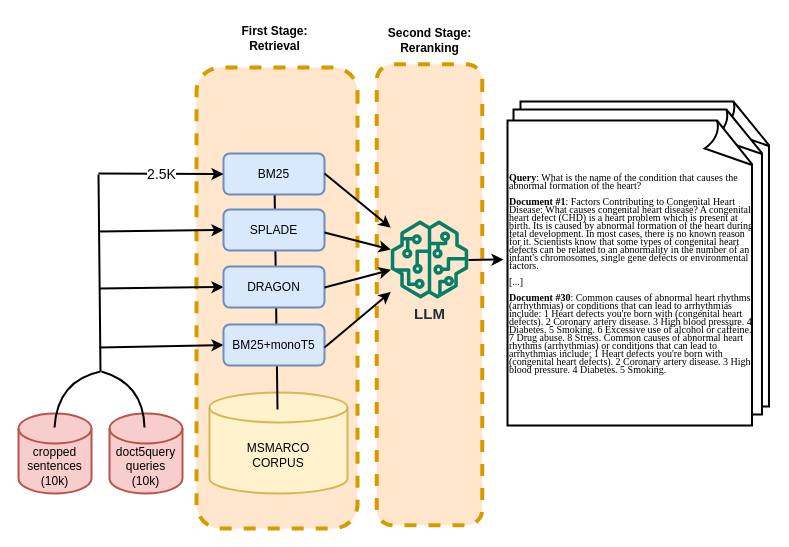
The draw.io diagram Data Generation.drawio in Dundalia/Dundalia, before the edit. Source tidied: cells renumbered, new cells numbered last; positions are measured from the earlier drawing's top-left corner, leaving out a move shared by most shapes. Both pictures are drawn from the tidied source at 100%, with x=0, y=0 at pixel (18, 17).
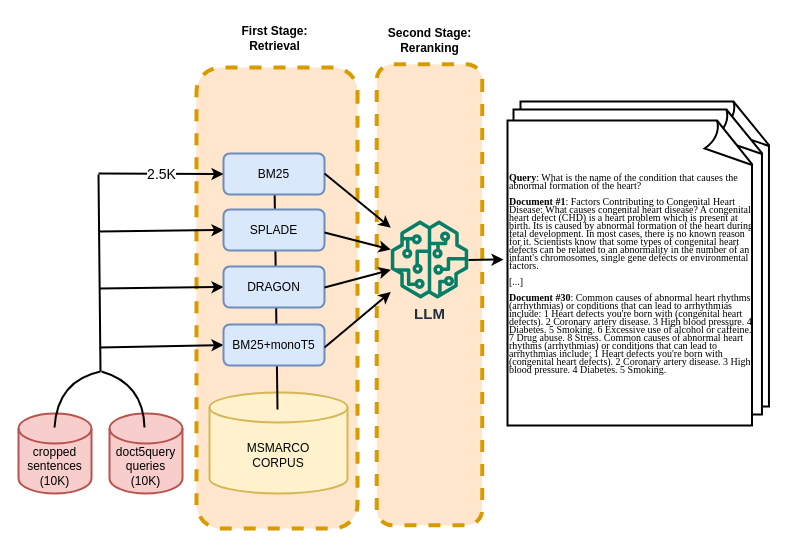
Above is the later version.

What changed in the source:
```diff
@@
-    <mxCell id="4" value="cropped&lt;br&gt;sentences&lt;br style=&quot;border-color: var(--border-color);&quot;&gt;(10k)" style="shape=cylinder3;whiteSpace=wrap;html=1;boundedLbl=1;backgroundOutline=1;size=15;fillColor=#f8cecc;strokeColor=#b85450;strokeWidth=2;" parent="1" vertex="1">
+    <mxCell id="4" value="cropped&lt;br&gt;sentences&lt;br style=&quot;border-color: var(--border-color);&quot;&gt;(10K)" style="shape=cylinder3;whiteSpace=wrap;html=1;boundedLbl=1;backgroundOutline=1;size=15;fillColor=#f8cecc;strokeColor=#b85450;strokeWidth=2;" parent="1" vertex="1">
       <mxGeometry y="396" width="73" height="80" as="geometry" />
     </mxCell>
-    <mxCell id="5" value="doct5query&lt;br&gt;queries&lt;br&gt;(10k)" style="shape=cylinder3;whiteSpace=wrap;html=1;boundedLbl=1;backgroundOutline=1;size=15;fillColor=#f8cecc;strokeColor=#b85450;strokeWidth=2;" parent="1" vertex="1">
+    <mxCell id="5" value="doct5query&lt;br&gt;queries&lt;br&gt;(10K)" style="shape=cylinder3;whiteSpace=wrap;html=1;boundedLbl=1;backgroundOutline=1;size=15;fillColor=#f8cecc;strokeColor=#b85450;strokeWidth=2;" parent="1" vertex="1">
       <mxGeometry x="91" y="396" width="73" height="80" as="geometry" />
     </mxCell>
```
